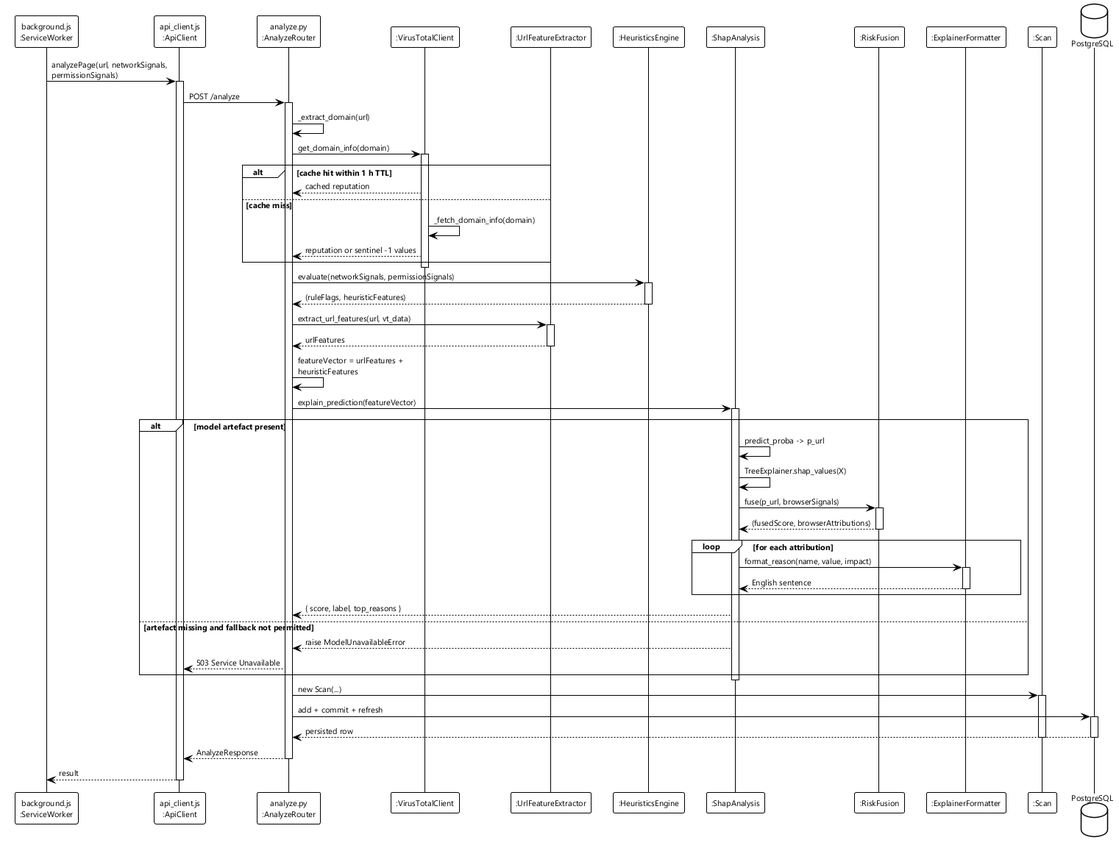
Before: docs/thesis/diagrams/out/fig-2-8-sequence-analyse.png, a diagram exported from PlantUML (Trust-Dr-BABA/Final-Year-Project). Source of this version:
```plantuml
@startuml fig-2-8-sequence-analyse
!theme plain
skinparam shadowing false
skinparam defaultFontName "Segoe UI"
skinparam defaultFontSize 11
skinparam maxMessageSize 220

participant "background.js\n:ServiceWorker" as SW
participant "api_client.js\n:ApiClient" as API
participant "analyze.py\n:AnalyzeRouter" as Router
participant ":VirusTotalClient" as VTC
participant ":UrlFeatureExtractor" as UFE
participant ":HeuristicsEngine" as HE
participant ":ShapAnalysis" as SHAP
participant ":RiskFusion" as RF
participant ":ExplainerFormatter" as EF
participant ":Scan" as Scan
database "PostgreSQL" as DB

SW -> API : analyzePage(url, networkSignals, permissionSignals)
activate API
API -> Router : POST /analyze
activate Router

Router -> Router : _extract_domain(url)

Router -> VTC : get_domain_info(domain)
activate VTC
alt cache hit within 1 h TTL
  VTC --> Router : cached reputation
else cache miss
  VTC -> VTC : _fetch_domain_info(domain)
  VTC --> Router : reputation or sentinel -1 values
end
deactivate VTC

Router -> HE : evaluate(networkSignals, permissionSignals)
activate HE
HE --> Router : (ruleFlags, heuristicFeatures)
deactivate HE

Router -> UFE : extract_url_features(url, vt_data)
activate UFE
UFE --> Router : urlFeatures
deactivate UFE

Router -> Router : featureVector = urlFeatures + heuristicFeatures

Router -> SHAP : explain_prediction(featureVector)
activate SHAP
alt model artefact present
  SHAP -> SHAP : predict_proba -> p_url
  SHAP -> SHAP : TreeExplainer.shap_values(X)
  SHAP -> RF : fuse(p_url, browserSignals)
  activate RF
  RF --> SHAP : (fusedScore, browserAttributions)
  deactivate RF
  loop for each attribution
    SHAP -> EF : format_reason(name, value, impact)
    activate EF
    EF --> SHAP : English sentence
    deactivate EF
  end
  SHAP --> Router : { score, label, top_reasons }
else artefact missing and fallback not permitted
  SHAP --> Router : raise ModelUnavailableError
  Router --> API : 503 Service Unavailable
end
deactivate SHAP

Router -> Scan : new Scan(...)
activate Scan
Router -> DB : add + commit + refresh
activate DB
DB --> Router : persisted row
deactivate DB
deactivate Scan

Router --> API : AnalyzeResponse
deactivate Router
API --> SW : result
deactivate API
@enduml
```
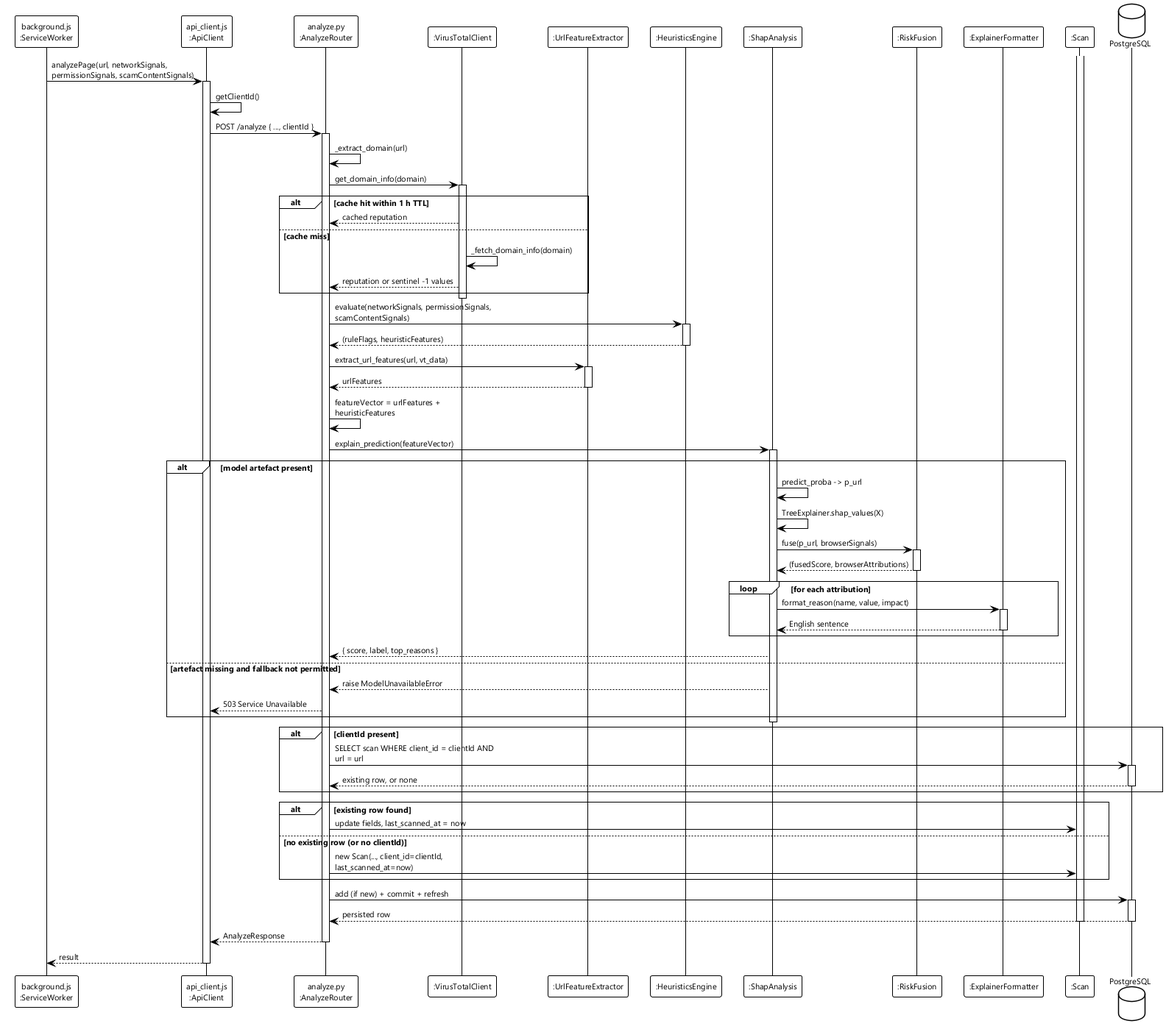
After the change.

What changed in the source:
```diff
@@ -17,9 +17,10 @@
 participant ":Scan" as Scan
 database "PostgreSQL" as DB
 
-SW -> API : analyzePage(url, networkSignals, permissionSignals)
+SW -> API : analyzePage(url, networkSignals, permissionSignals, scamContentSignals)
 activate API
-API -> Router : POST /analyze
+API -> API : getClientId()
+API -> Router : POST /analyze { ..., clientId }
 activate Router
 
 Router -> Router : _extract_domain(url)
@@ -34,7 +35,7 @@
 end
 deactivate VTC
 
-Router -> HE : evaluate(networkSignals, permissionSignals)
+Router -> HE : evaluate(networkSignals, permissionSignals, scamContentSignals)
 activate HE
 HE --> Router : (ruleFlags, heuristicFeatures)
 deactivate HE
@@ -68,9 +69,19 @@
 end
 deactivate SHAP
 
-Router -> Scan : new Scan(...)
+alt clientId present
+  Router -> DB : SELECT scan WHERE client_id = clientId AND url = url
+  activate DB
+  DB --> Router : existing row, or none
+  deactivate DB
+end
+alt existing row found
+  Router -> Scan : update fields, last_scanned_at = now
+else no existing row (or no clientId)
+  Router -> Scan : new Scan(..., client_id=clientId, last_scanned_at=now)
+end
 activate Scan
-Router -> DB : add + commit + refresh
+Router -> DB : add (if new) + commit + refresh
 activate DB
 DB --> Router : persisted row
 deactivate DB
```
